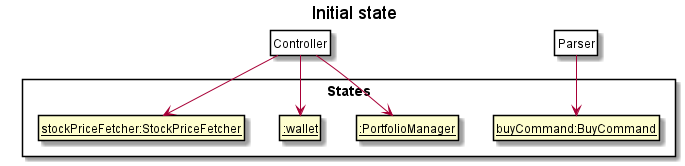
Earlier version of the PlantUML export docs/diagrams/BuyStockState0.png (nus-cs2113-AY2021S1/tp). Its diagram source:
```plantuml
@startuml

hide footbox
hide members
hide circle
skinparam packageStyle Rectangle
skinparam ClassFontColor #000000
skinparam ClassBorderColor #000000

title Initial state

package States {
    class State1 as "__:PortfolioManager__"
    class State2 as "__:wallet__"
    class State3 as "__buyCommand:BuyCommand__"
    class State5 as "__stockPriceFetcher:StockPriceFetcher__"
}

class Pointer as "Controller" #FFFFF
Pointer -down-> State1
Pointer -down-> State2
Pointer -down-> State5

class Pointer2 as "Parser" #FFFFF
Pointer2 -down-> State3

@enduml
```
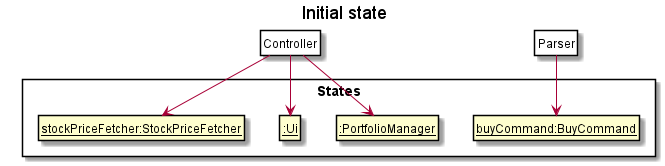
After the change.

The edit, as a diff of the source:
```diff
@@ -11,7 +11,7 @@
 
 package States {
     class State1 as "__:PortfolioManager__"
-    class State2 as "__:wallet__"
+    class State2 as "__:Ui__"
     class State3 as "__buyCommand:BuyCommand__"
     class State5 as "__stockPriceFetcher:StockPriceFetcher__"
 }
```
